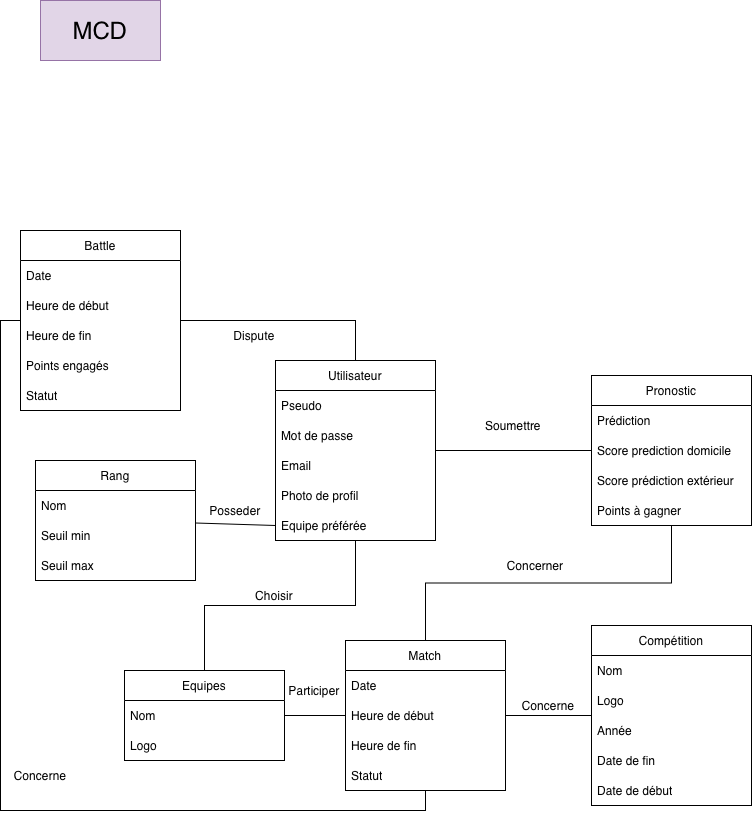
WEIZZE/Francisco-Gabriel-ProgServ2 keeps this draw.io diagram as MCD - MLD/MCD-FootX.drawio.png. Above is the earlier version. Source tidied: cells renumbered, new cells last; positions are measured from the earlier drawing's top-left corner, leaving out a move shared by most shapes.
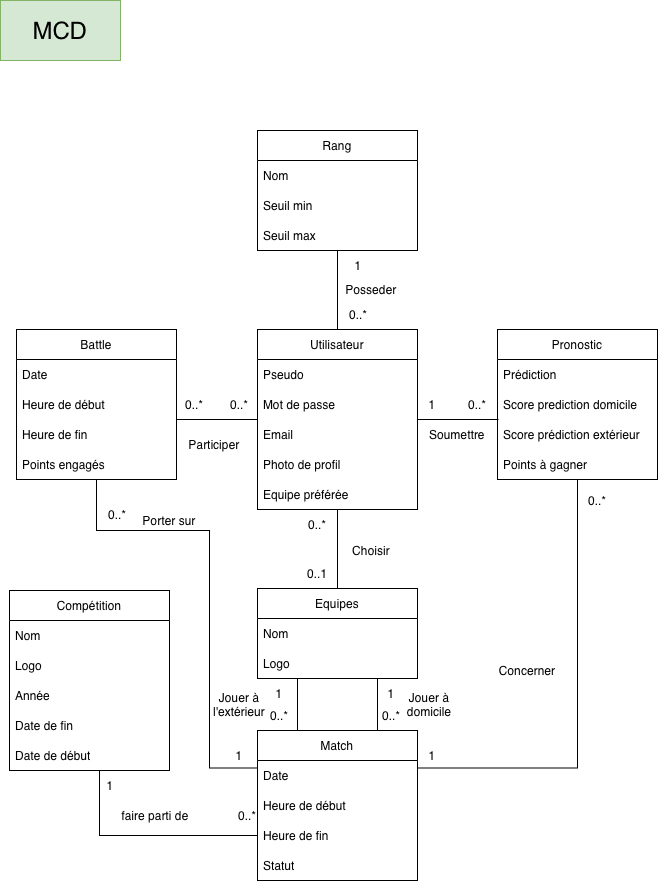
The same diagram one commit later.

What changed in the source:
```diff
@@ -2,23 +2,19 @@
   <root>
     <mxCell id="0" />
     <mxCell id="1" parent="0" />
-    <mxCell id="2" value="&lt;font style=&quot;font-size: 24px;&quot;&gt;MCD&lt;/font&gt;" style="rounded=0;whiteSpace=wrap;html=1;fillColor=#e1d5e7;strokeColor=#9673a6;" parent="1" vertex="1">
-      <mxGeometry x="30" width="120" height="60" as="geometry" />
+    <mxCell id="2" value="&lt;font style=&quot;font-size: 24px;&quot;&gt;MCD&lt;/font&gt;" style="rounded=0;whiteSpace=wrap;html=1;fillColor=#d5e8d4;strokeColor=#82b366;" parent="1" vertex="1">
+      <mxGeometry x="31" y="-20" width="120" height="60" as="geometry" />
     </mxCell>
-    <mxCell id="3" style="rounded=0;jettySize=auto;html=1;exitX=0;exitY=0.5;exitDx=0;exitDy=0;endArrow=none;endFill=0;" parent="1" edge="1" source="12" target="35">
-      <mxGeometry x="0.04" relative="1" as="geometry" />
-    </mxCell>
-    <mxCell id="4" style="rounded=0;jettySize=auto;html=1;exitX=1;exitY=0.5;exitDx=0;exitDy=0;endArrow=none;endFill=0;edgeStyle=orthogonalEdgeStyle;" parent="1" edge="1" source="7" target="30">
-      <mxGeometry relative="1" as="geometry" />
-    </mxCell>
-    <mxCell id="5" style="edgeStyle=orthogonalEdgeStyle;rounded=0;jettySize=auto;html=1;exitX=0.5;exitY=1;exitDx=0;exitDy=0;entryX=0.5;entryY=0;entryDx=0;entryDy=0;endArrow=none;endFill=0;" parent="1" edge="1" source="7" target="13">
-      <mxGeometry x="0.01" relative="1" as="geometry" />
-    </mxCell>
-    <mxCell id="6" style="edgeStyle=orthogonalEdgeStyle;rounded=0;jettySize=auto;html=1;exitX=0.5;exitY=0;exitDx=0;exitDy=0;entryX=1;entryY=0.5;entryDx=0;entryDy=0;endArrow=none;endFill=0;" parent="1" edge="1" source="7" target="40">
-      <mxGeometry relative="1" as="geometry" />
+    <mxCell id="6" style="edgeStyle=orthogonalEdgeStyle;rounded=0;jettySize=auto;html=1;exitX=0;exitY=0.5;exitDx=0;exitDy=0;endArrow=none;endFill=0;" parent="1" edge="1" source="7">
+      <mxGeometry relative="1" as="geometry">
+        <mxPoint x="207" y="399" as="targetPoint" />
+      </mxGeometry>
     </mxCell>
+    <mxCell id="54" style="edgeStyle=orthogonalEdgeStyle;rounded=0;jettySize=auto;html=1;endArrow=none;endFill=0;entryX=0.5;entryY=1;entryDx=0;entryDy=0;" parent="1" edge="1" source="7" target="35">
+      <mxGeometry relative="1" as="geometry" />
+    </mxCell>
     <mxCell id="7" value="Utilisateur" style="swimlane;fontStyle=0;horizontal=1;startSize=30;whiteSpace=wrap;html=1;" parent="1" vertex="1">
-      <mxGeometry x="265" y="360" width="160" height="180" as="geometry" />
+      <mxGeometry x="288" y="309" width="160" height="180" as="geometry" />
     </mxCell>
     <mxCell id="8" value="Pseudo" style="text;strokeColor=none;fillColor=none;align=left;verticalAlign=middle;spacingLeft=4;spacingRight=4;overflow=hidden;whiteSpace=wrap;html=1;" parent="7" vertex="1">
       <mxGeometry y="30" width="160" height="30" as="geometry" />
@@ -35,8 +31,11 @@
     <mxCell id="12" value="Equipe préférée" style="text;strokeColor=none;fillColor=none;align=left;verticalAlign=middle;spacingLeft=4;spacingRight=4;overflow=hidden;points=[[0,0.5],[1,0.5]];portConstraint=eastwest;whiteSpace=wrap;html=1;" parent="7" vertex="1">
       <mxGeometry y="150" width="160" height="30" as="geometry" />
     </mxCell>
+    <mxCell id="55" style="edgeStyle=orthogonalEdgeStyle;rounded=0;jettySize=auto;html=1;entryX=0.5;entryY=1;entryDx=0;entryDy=0;endArrow=none;endFill=0;" parent="1" edge="1" source="13" target="7">
+      <mxGeometry relative="1" as="geometry" />
+    </mxCell>
     <mxCell id="13" value="Equipes" style="swimlane;fontStyle=0;horizontal=1;startSize=30;whiteSpace=wrap;html=1;" parent="1" vertex="1">
-      <mxGeometry x="114" y="670" width="160" height="90" as="geometry" />
+      <mxGeometry x="288" y="568" width="160" height="90" as="geometry" />
     </mxCell>
     <mxCell id="14" value="Nom" style="text;strokeColor=none;fillColor=none;align=left;verticalAlign=middle;spacingLeft=4;spacingRight=4;overflow=hidden;whiteSpace=wrap;html=1;" parent="13" vertex="1">
       <mxGeometry y="30" width="160" height="30" as="geometry" />
@@ -44,8 +43,15 @@
     <mxCell id="15" value="Logo" style="text;strokeColor=none;fillColor=none;align=left;verticalAlign=middle;spacingLeft=4;spacingRight=4;overflow=hidden;whiteSpace=wrap;html=1;" parent="13" vertex="1">
       <mxGeometry y="60" width="160" height="30" as="geometry" />
     </mxCell>
+    <mxCell id="56" style="edgeStyle=orthogonalEdgeStyle;rounded=0;jettySize=auto;html=1;entryX=0;entryY=0.5;entryDx=0;entryDy=0;endArrow=none;endFill=0;" parent="1" edge="1" source="16" target="27">
+      <mxGeometry x="0.25" relative="1" as="geometry">
+        <Array as="points">
+          <mxPoint x="130" y="815" />
+        </Array>
+      </mxGeometry>
+    </mxCell>
     <mxCell id="16" value="Compétition" style="swimlane;fontStyle=0;horizontal=1;startSize=30;whiteSpace=wrap;html=1;" parent="1" vertex="1">
-      <mxGeometry x="581" y="625" width="160" height="180" as="geometry" />
+      <mxGeometry x="40" y="570" width="160" height="180" as="geometry" />
     </mxCell>
     <mxCell id="17" value="Nom" style="text;strokeColor=none;fillColor=none;align=left;verticalAlign=middle;spacingLeft=4;spacingRight=4;overflow=hidden;whiteSpace=wrap;html=1;" parent="16" vertex="1">
       <mxGeometry y="30" width="160" height="30" as="geometry" />
@@ -62,14 +68,14 @@
     <mxCell id="21" value="Date de début" style="text;strokeColor=none;fillColor=none;align=left;verticalAlign=middle;spacingLeft=4;spacingRight=4;overflow=hidden;whiteSpace=wrap;html=1;" parent="16" vertex="1">
       <mxGeometry y="150" width="160" height="30" as="geometry" />
     </mxCell>
-    <mxCell id="22" style="rounded=0;jettySize=auto;html=1;exitX=0;exitY=0.5;exitDx=0;exitDy=0;endArrow=none;endFill=0;" parent="1" edge="1" source="24" target="13">
-      <mxGeometry relative="1" as="geometry" />
-    </mxCell>
-    <mxCell id="23" style="edgeStyle=orthogonalEdgeStyle;rounded=0;jettySize=auto;html=1;exitX=1;exitY=0.5;exitDx=0;exitDy=0;entryX=0;entryY=0.5;entryDx=0;entryDy=0;endArrow=none;endFill=0;" parent="1" edge="1" source="24" target="16">
-      <mxGeometry relative="1" as="geometry" />
-    </mxCell>
+    <mxCell id="57" style="edgeStyle=orthogonalEdgeStyle;rounded=0;jettySize=auto;html=1;exitX=0.25;exitY=0;exitDx=0;exitDy=0;entryX=0.25;entryY=1;entryDx=0;entryDy=0;endArrow=none;endFill=0;" parent="1" edge="1" source="24" target="13">
+      <mxGeometry relative="1" as="geometry" />
+    </mxCell>
+    <mxCell id="58" style="edgeStyle=orthogonalEdgeStyle;rounded=0;jettySize=auto;html=1;exitX=0.75;exitY=0;exitDx=0;exitDy=0;entryX=0.75;entryY=1;entryDx=0;entryDy=0;endArrow=none;endFill=0;" parent="1" edge="1" source="24" target="13">
+      <mxGeometry relative="1" as="geometry" />
+    </mxCell>
     <mxCell id="24" value="Match" style="swimlane;fontStyle=0;horizontal=1;startSize=30;whiteSpace=wrap;html=1;" parent="1" vertex="1">
-      <mxGeometry x="335" y="640" width="160" height="150" as="geometry" />
+      <mxGeometry x="288" y="710" width="160" height="150" as="geometry" />
     </mxCell>
     <mxCell id="25" value="Date" style="text;strokeColor=none;fillColor=none;align=left;verticalAlign=middle;spacingLeft=4;spacingRight=4;overflow=hidden;whiteSpace=wrap;html=1;" parent="24" vertex="1">
       <mxGeometry y="30" width="160" height="30" as="geometry" />
@@ -83,11 +89,11 @@
     <mxCell id="28" value="Statut" style="text;strokeColor=none;fillColor=none;align=left;verticalAlign=middle;spacingLeft=4;spacingRight=4;overflow=hidden;whiteSpace=wrap;html=1;" parent="24" vertex="1">
       <mxGeometry y="120" width="160" height="30" as="geometry" />
     </mxCell>
-    <mxCell id="29" style="edgeStyle=orthogonalEdgeStyle;rounded=0;jettySize=auto;html=1;exitX=0.5;exitY=1;exitDx=0;exitDy=0;entryX=0.5;entryY=0;entryDx=0;entryDy=0;endArrow=none;endFill=0;" parent="1" edge="1" source="30" target="24">
+    <mxCell id="29" style="edgeStyle=orthogonalEdgeStyle;rounded=0;jettySize=auto;html=1;exitX=0.5;exitY=1;exitDx=0;exitDy=0;entryX=1;entryY=0.25;entryDx=0;entryDy=0;endArrow=none;endFill=0;" parent="1" edge="1" source="30" target="24">
       <mxGeometry relative="1" as="geometry" />
     </mxCell>
     <mxCell id="30" value="Pronostic" style="swimlane;fontStyle=0;horizontal=1;startSize=30;whiteSpace=wrap;html=1;" parent="1" vertex="1">
-      <mxGeometry x="581" y="375" width="160" height="150" as="geometry" />
+      <mxGeometry x="528" y="309" width="160" height="150" as="geometry" />
     </mxCell>
     <mxCell id="31" value="Prédiction" style="text;strokeColor=none;fillColor=none;align=left;verticalAlign=middle;spacingLeft=4;spacingRight=4;overflow=hidden;whiteSpace=wrap;html=1;" parent="30" vertex="1">
       <mxGeometry y="30" width="160" height="30" as="geometry" />
@@ -102,7 +108,7 @@
       <mxGeometry y="120" width="160" height="30" as="geometry" />
     </mxCell>
     <mxCell id="35" value="Rang" style="swimlane;fontStyle=0;horizontal=1;startSize=30;whiteSpace=wrap;html=1;" parent="1" vertex="1">
-      <mxGeometry x="25" y="460" width="160" height="120" as="geometry" />
+      <mxGeometry x="288" y="110" width="160" height="120" as="geometry" />
     </mxCell>
     <mxCell id="36" value="Nom" style="text;strokeColor=none;fillColor=none;align=left;verticalAlign=middle;spacingLeft=4;spacingRight=4;overflow=hidden;whiteSpace=wrap;html=1;" parent="35" vertex="1">
       <mxGeometry y="30" width="160" height="30" as="geometry" />
@@ -113,11 +119,17 @@
     <mxCell id="38" value="Seuil max" style="text;strokeColor=none;fillColor=none;align=left;verticalAlign=middle;spacingLeft=4;spacingRight=4;overflow=hidden;whiteSpace=wrap;html=1;" parent="35" vertex="1">
       <mxGeometry y="90" width="160" height="30" as="geometry" />
     </mxCell>
-    <mxCell id="39" style="edgeStyle=orthogonalEdgeStyle;rounded=0;jettySize=auto;html=1;exitX=0;exitY=0.5;exitDx=0;exitDy=0;entryX=0.5;entryY=1;entryDx=0;entryDy=0;endArrow=none;endFill=0;" parent="1" edge="1" source="40" target="24">
-      <mxGeometry relative="1" as="geometry" />
+    <mxCell id="39" style="edgeStyle=orthogonalEdgeStyle;rounded=0;jettySize=auto;html=1;exitX=0.5;exitY=1;exitDx=0;exitDy=0;entryX=0;entryY=0.25;entryDx=0;entryDy=0;endArrow=none;endFill=0;" parent="1" edge="1" source="40" target="24">
+      <mxGeometry x="0.09" relative="1" as="geometry">
+        <Array as="points">
+          <mxPoint x="127" y="510" />
+          <mxPoint x="240" y="510" />
+          <mxPoint x="240" y="747.5" />
+        </Array>
+      </mxGeometry>
     </mxCell>
     <mxCell id="40" value="Battle" style="swimlane;fontStyle=0;horizontal=1;startSize=30;whiteSpace=wrap;html=1;" parent="1" vertex="1">
-      <mxGeometry x="10" y="230" width="160" height="180" as="geometry" />
+      <mxGeometry x="47" y="309" width="160" height="150" as="geometry" />
     </mxCell>
     <mxCell id="41" value="Date" style="text;strokeColor=none;fillColor=none;align=left;verticalAlign=middle;spacingLeft=4;spacingRight=4;overflow=hidden;whiteSpace=wrap;html=1;" parent="40" vertex="1">
       <mxGeometry y="30" width="160" height="30" as="geometry" />
@@ -131,32 +143,92 @@
     <mxCell id="44" value="Points engagés" style="text;strokeColor=none;fillColor=none;align=left;verticalAlign=middle;spacingLeft=4;spacingRight=4;overflow=hidden;whiteSpace=wrap;html=1;" parent="40" vertex="1">
       <mxGeometry y="120" width="160" height="30" as="geometry" />
     </mxCell>
-    <mxCell id="45" value="Statut" style="text;strokeColor=none;fillColor=none;align=left;verticalAlign=middle;spacingLeft=4;spacingRight=4;overflow=hidden;whiteSpace=wrap;html=1;" parent="40" vertex="1">
-      <mxGeometry y="150" width="160" height="30" as="geometry" />
-    </mxCell>
-    <mxCell id="46" value="Concerne" style="text;html=1;whiteSpace=wrap;strokeColor=none;fillColor=none;align=center;verticalAlign=middle;rounded=0;" parent="1" vertex="1">
-      <mxGeometry x="508" y="690" width="60" height="30" as="geometry" />
+    <mxCell id="46" value="faire parti de" style="text;html=1;whiteSpace=wrap;strokeColor=none;fillColor=none;align=center;verticalAlign=middle;rounded=0;" parent="1" vertex="1">
+      <mxGeometry x="151" y="780" width="70" height="30" as="geometry" />
     </mxCell>
-    <mxCell id="47" value="Participer" style="text;html=1;whiteSpace=wrap;strokeColor=none;fillColor=none;align=center;verticalAlign=middle;rounded=0;" parent="1" vertex="1">
-      <mxGeometry x="274" y="675" width="60" height="30" as="geometry" />
+    <mxCell id="47" value="Jouer à domicile" style="text;html=1;whiteSpace=wrap;strokeColor=none;fillColor=none;align=center;verticalAlign=middle;rounded=0;" parent="1" vertex="1">
+      <mxGeometry x="430" y="669" width="60" height="30" as="geometry" />
     </mxCell>
     <mxCell id="48" value="Choisir" style="text;html=1;whiteSpace=wrap;strokeColor=none;fillColor=none;align=center;verticalAlign=middle;rounded=0;" parent="1" vertex="1">
-      <mxGeometry x="234" y="580" width="60" height="30" as="geometry" />
+      <mxGeometry x="372" y="515" width="60" height="30" as="geometry" />
     </mxCell>
     <mxCell id="49" value="Soumettre" style="text;html=1;whiteSpace=wrap;strokeColor=none;fillColor=none;align=center;verticalAlign=middle;rounded=0;" parent="1" vertex="1">
-      <mxGeometry x="473" y="410" width="60" height="30" as="geometry" />
+      <mxGeometry x="458" y="399" width="60" height="30" as="geometry" />
     </mxCell>
     <mxCell id="50" value="Posseder" style="text;html=1;whiteSpace=wrap;strokeColor=none;fillColor=none;align=center;verticalAlign=middle;rounded=0;" parent="1" vertex="1">
-      <mxGeometry x="195" y="495" width="60" height="30" as="geometry" />
+      <mxGeometry x="372" y="254" width="60" height="30" as="geometry" />
     </mxCell>
     <mxCell id="51" value="Concerner" style="text;html=1;whiteSpace=wrap;strokeColor=none;fillColor=none;align=center;verticalAlign=middle;rounded=0;" parent="1" vertex="1">
-      <mxGeometry x="495" y="550" width="60" height="30" as="geometry" />
+      <mxGeometry x="528" y="635" width="60" height="30" as="geometry" />
     </mxCell>
-    <mxCell id="52" value="Dispute" style="text;html=1;whiteSpace=wrap;strokeColor=none;fillColor=none;align=center;verticalAlign=middle;rounded=0;" parent="1" vertex="1">
-      <mxGeometry x="214" y="320" width="60" height="30" as="geometry" />
+    <mxCell id="52" value="Participer" style="text;html=1;whiteSpace=wrap;strokeColor=none;fillColor=none;align=center;verticalAlign=middle;rounded=0;" parent="1" vertex="1">
+      <mxGeometry x="215" y="409" width="60" height="30" as="geometry" />
     </mxCell>
-    <mxCell id="53" value="Concerne" style="text;html=1;whiteSpace=wrap;strokeColor=none;fillColor=none;align=center;verticalAlign=middle;rounded=0;" parent="1" vertex="1">
-      <mxGeometry y="760" width="60" height="30" as="geometry" />
+    <mxCell id="53" value="Porter sur" style="text;html=1;whiteSpace=wrap;strokeColor=none;fillColor=none;align=center;verticalAlign=middle;rounded=0;" parent="1" vertex="1">
+      <mxGeometry x="170" y="485" width="60" height="30" as="geometry" />
     </mxCell>
+    <mxCell id="59" value="1" style="text;html=1;whiteSpace=wrap;strokeColor=none;fillColor=none;align=center;verticalAlign=middle;rounded=0;" parent="1" vertex="1">
+      <mxGeometry x="379" y="230" width="20" height="30" as="geometry" />
+    </mxCell>
+    <mxCell id="60" value="0..*" style="text;html=1;whiteSpace=wrap;strokeColor=none;fillColor=none;align=center;verticalAlign=middle;rounded=0;" parent="1" vertex="1">
+      <mxGeometry x="379" y="279" width="20" height="30" as="geometry" />
+    </mxCell>
+    <mxCell id="61" value="0..1" style="text;html=1;whiteSpace=wrap;strokeColor=none;fillColor=none;align=center;verticalAlign=middle;rounded=0;" parent="1" vertex="1">
+      <mxGeometry x="338" y="538" width="20" height="30" as="geometry" />
+    </mxCell>
+    <mxCell id="62" value="0..*" style="text;html=1;whiteSpace=wrap;strokeColor=none;fillColor=none;align=center;verticalAlign=middle;rounded=0;" parent="1" vertex="1">
+      <mxGeometry x="338" y="489" width="20" height="30" as="geometry" />
+    </mxCell>
+    <mxCell id="63" value="1" style="text;html=1;whiteSpace=wrap;strokeColor=none;fillColor=none;align=center;verticalAlign=middle;rounded=0;" parent="1" vertex="1">
+      <mxGeometry x="453" y="369" width="20" height="30" as="geometry" />
+    </mxCell>
+    <mxCell id="64" value="0..*" style="text;html=1;whiteSpace=wrap;strokeColor=none;fillColor=none;align=center;verticalAlign=middle;rounded=0;" parent="1" vertex="1">
+      <mxGeometry x="498" y="369" width="20" height="30" as="geometry" />
+    </mxCell>
+    <mxCell id="65" value="0..*" style="text;html=1;whiteSpace=wrap;strokeColor=none;fillColor=none;align=center;verticalAlign=middle;rounded=0;" parent="1" vertex="1">
+      <mxGeometry x="618" y="465" width="20" height="30" as="geometry" />
+    </mxCell>
+    <mxCell id="66" value="1" style="text;html=1;whiteSpace=wrap;strokeColor=none;fillColor=none;align=center;verticalAlign=middle;rounded=0;" parent="1" vertex="1">
+      <mxGeometry x="453" y="720" width="20" height="30" as="geometry" />
+    </mxCell>
+    <mxCell id="67" value="1" style="text;html=1;whiteSpace=wrap;strokeColor=none;fillColor=none;align=center;verticalAlign=middle;rounded=0;" parent="1" vertex="1">
+      <mxGeometry x="260" y="720" width="20" height="30" as="geometry" />
+    </mxCell>
+    <mxCell id="68" value="0..*" style="text;html=1;whiteSpace=wrap;strokeColor=none;fillColor=none;align=center;verticalAlign=middle;rounded=0;" parent="1" vertex="1">
+      <mxGeometry x="138" y="479" width="20" height="30" as="geometry" />
+    </mxCell>
+    <mxCell id="69" value="0..*" style="text;html=1;whiteSpace=wrap;strokeColor=none;fillColor=none;align=center;verticalAlign=middle;rounded=0;" parent="1" vertex="1">
+      <mxGeometry x="215" y="369" width="20" height="30" as="geometry" />
+    </mxCell>
+    <mxCell id="70" value="0..*" style="text;html=1;whiteSpace=wrap;strokeColor=none;fillColor=none;align=center;verticalAlign=middle;rounded=0;" parent="1" vertex="1">
+      <mxGeometry x="260" y="369" width="20" height="30" as="geometry" />
+    </mxCell>
+    <mxCell id="71" value="0..*" style="text;html=1;whiteSpace=wrap;strokeColor=none;fillColor=none;align=center;verticalAlign=middle;rounded=0;" parent="1" vertex="1">
+      <mxGeometry x="268" y="780" width="20" height="30" as="geometry" />
+    </mxCell>
+    <mxCell id="72" value="1" style="text;html=1;whiteSpace=wrap;strokeColor=none;fillColor=none;align=center;verticalAlign=middle;rounded=0;" parent="1" vertex="1">
+      <mxGeometry x="131" y="750" width="20" height="30" as="geometry" />
+    </mxCell>
+    <mxCell id="73" style="edgeStyle=orthogonalEdgeStyle;rounded=0;orthogonalLoop=1;jettySize=auto;html=1;exitX=0;exitY=0.5;exitDx=0;exitDy=0;endArrow=none;endFill=0;" parent="1" edge="1">
+      <mxGeometry relative="1" as="geometry">
+        <mxPoint x="529" y="399" as="sourcePoint" />
+        <mxPoint x="448" y="399" as="targetPoint" />
+      </mxGeometry>
+    </mxCell>
+    <mxCell id="74" value="1" style="text;html=1;whiteSpace=wrap;strokeColor=none;fillColor=none;align=center;verticalAlign=middle;rounded=0;" parent="1" vertex="1">
+      <mxGeometry x="300" y="658" width="20" height="30" as="geometry" />
+    </mxCell>
+    <mxCell id="75" value="0..*" style="text;html=1;whiteSpace=wrap;strokeColor=none;fillColor=none;align=center;verticalAlign=middle;rounded=0;" parent="1" vertex="1">
+      <mxGeometry x="300" y="680" width="20" height="30" as="geometry" />
+    </mxCell>
+    <mxCell id="76" value="1" style="text;html=1;whiteSpace=wrap;strokeColor=none;fillColor=none;align=center;verticalAlign=middle;rounded=0;" parent="1" vertex="1">
+      <mxGeometry x="412" y="658" width="20" height="30" as="geometry" />
+    </mxCell>
+    <mxCell id="77" value="0..*" style="text;html=1;whiteSpace=wrap;strokeColor=none;fillColor=none;align=center;verticalAlign=middle;rounded=0;" parent="1" vertex="1">
+      <mxGeometry x="412" y="680" width="20" height="30" as="geometry" />
+    </mxCell>
+    <mxCell id="78" value="Jouer à l'extérieur" style="text;html=1;whiteSpace=wrap;strokeColor=none;fillColor=none;align=center;verticalAlign=middle;rounded=0;" parent="1" vertex="1">
+      <mxGeometry x="240" y="669" width="60" height="30" as="geometry" />
+    </mxCell>
   </root>
 </mxGraphModel>
```
